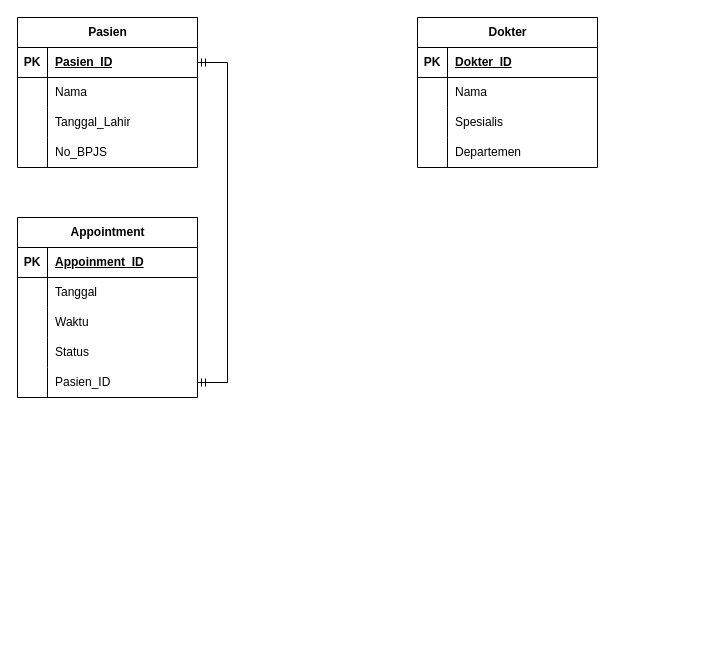
Before: RumahSakit.drawio in Mangata-Alpha/datasets, a draw.io diagram. Source tidied: cells renumbered, new cells numbered last; positions are measured from the earlier drawing's top-left corner, leaving out a move shared by most shapes. Both pictures are drawn from the tidied source at 100%, with x=0, y=0 at pixel (17, 17).
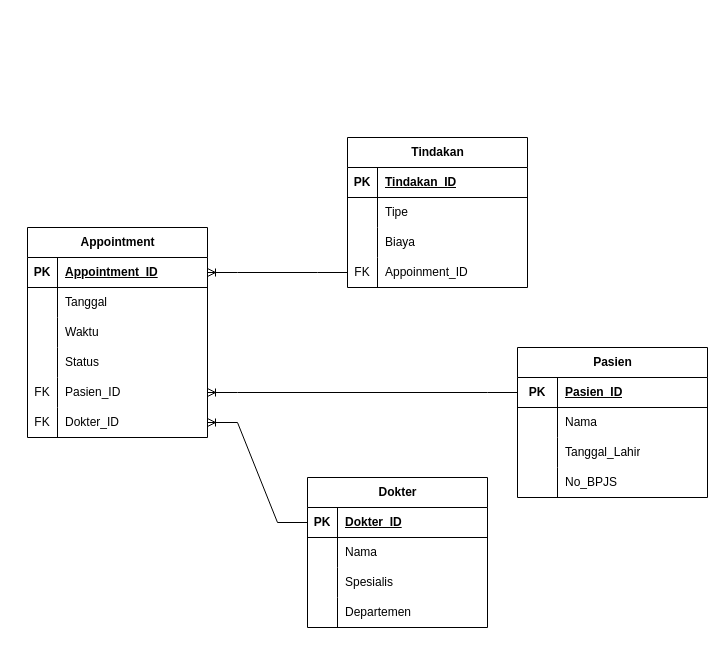
The same page after the edit.

Unchanged cells that the change refers to:
```xml
<mxCell id="16" style="shape=tableRow;horizontal=0;startSize=0;swimlaneHead=0;swimlaneBody=0;fillColor=none;points=[[0,0.5],[1,0.5]];portConstraint=eastwest;top=0;left=0;right=0;bottom=1;" parent="15" vertex="1">
  <mxGeometry y="30" width="180" height="30" as="geometry" />
</mxCell>
<mxCell id="29" style="shape=tableRow;horizontal=0;startSize=0;swimlaneHead=0;swimlaneBody=0;fillColor=none;points=[[0,0.5],[1,0.5]];portConstraint=eastwest;top=0;left=0;right=0;bottom=1;" parent="28" vertex="1">
  <mxGeometry y="30" width="180" height="30" as="geometry" />
</mxCell>
<mxCell id="41" style="shape=tableRow;horizontal=0;startSize=0;swimlaneHead=0;swimlaneBody=0;fillColor=none;points=[[0,0.5],[1,0.5]];portConstraint=eastwest;top=0;left=0;right=0;bottom=0;" parent="28" vertex="1">
  <mxGeometry y="150" width="180" height="30" as="geometry" />
</mxCell>
```

Diff of the diagram source:
```diff
@@
     <mxCell id="2" value="Pasien" style="shape=table;startSize=30;childLayout=tableLayout;rowLines=0;fontStyle=1;align=center;html=1;" parent="1" vertex="1">
-      <mxGeometry width="180" height="150" as="geometry" />
+      <mxGeometry x="500" y="330" width="190" height="150" as="geometry" />
     </mxCell>
     <mxCell id="3" style="shape=tableRow;horizontal=0;startSize=0;swimlaneHead=0;swimlaneBody=0;fillColor=none;points=[[0,0.5],[1,0.5]];portConstraint=eastwest;top=0;left=0;right=0;bottom=1;" parent="2" vertex="1">
-      <mxGeometry y="30" width="180" height="30" as="geometry" />
+      <mxGeometry y="30" width="190" height="30" as="geometry" />
     </mxCell>
     <mxCell id="4" value="PK" style="shape=partialRectangle;fillColor=none;top=0;left=0;bottom=0;right=0;fontStyle=1;overflow=hidden;whiteSpace=wrap;html=1;" parent="3" vertex="1">
-      <mxGeometry width="30" height="30" as="geometry" />
+      <mxGeometry width="40" height="30" as="geometry" />
     </mxCell>
     <mxCell id="5" value="Pasien_ID" style="shape=partialRectangle;fillColor=none;top=0;left=0;bottom=0;right=0;align=left;spacingLeft=6;fontStyle=5;overflow=hidden;whiteSpace=wrap;html=1;" parent="3" vertex="1">
-      <mxGeometry x="30" width="150" height="30" as="geometry" />
+      <mxGeometry x="40" width="150" height="30" as="geometry" />
     </mxCell>
     <mxCell id="6" style="shape=tableRow;horizontal=0;startSize=0;swimlaneHead=0;swimlaneBody=0;fillColor=none;top=0;left=0;right=0;bottom=0;" parent="2" vertex="1">
-      <mxGeometry y="60" width="180" height="30" as="geometry" />
+      <mxGeometry y="60" width="190" height="30" as="geometry" />
     </mxCell>
     <mxCell id="7" style="shape=partialRectangle;fillColor=none;top=0;left=0;bottom=0;right=0;overflow=hidden;whiteSpace=wrap;html=1;" parent="6" vertex="1">
-      <mxGeometry width="30" height="30" as="geometry" />
+      <mxGeometry width="40" height="30" as="geometry" />
     </mxCell>
     <mxCell id="8" value="Nama" style="shape=partialRectangle;fillColor=none;top=0;left=0;bottom=0;right=0;align=left;spacingLeft=6;overflow=hidden;whiteSpace=wrap;html=1;" parent="6" vertex="1">
-      <mxGeometry x="30" width="150" height="30" as="geometry" />
+      <mxGeometry x="40" width="150" height="30" as="geometry" />
     </mxCell>
     <mxCell id="9" style="shape=tableRow;horizontal=0;startSize=0;swimlaneHead=0;swimlaneBody=0;fillColor=none;top=0;left=0;right=0;bottom=0;" parent="2" vertex="1">
-      <mxGeometry y="90" width="180" height="30" as="geometry" />
+      <mxGeometry y="90" width="190" height="30" as="geometry" />
     </mxCell>
     <mxCell id="10" style="shape=partialRectangle;fillColor=none;top=0;left=0;bottom=0;right=0;overflow=hidden;whiteSpace=wrap;html=1;" parent="9" vertex="1">
-      <mxGeometry width="30" height="30" as="geometry" />
+      <mxGeometry width="40" height="30" as="geometry" />
     </mxCell>
     <mxCell id="11" value="Tanggal_Lahir" style="shape=partialRectangle;fillColor=none;top=0;left=0;bottom=0;right=0;align=left;spacingLeft=6;overflow=hidden;whiteSpace=wrap;html=1;" parent="9" vertex="1">
-      <mxGeometry x="30" width="150" height="30" as="geometry" />
+      <mxGeometry x="40" width="150" height="30" as="geometry" />
     </mxCell>
     <mxCell id="12" style="shape=tableRow;horizontal=0;startSize=0;swimlaneHead=0;swimlaneBody=0;fillColor=none;top=0;left=0;right=0;bottom=0;" parent="2" vertex="1">
-      <mxGeometry y="120" width="180" height="30" as="geometry" />
+      <mxGeometry y="120" width="190" height="30" as="geometry" />
     </mxCell>
     <mxCell id="13" style="shape=partialRectangle;fillColor=none;top=0;left=0;bottom=0;right=0;overflow=hidden;whiteSpace=wrap;html=1;" parent="12" vertex="1">
-      <mxGeometry width="30" height="30" as="geometry" />
+      <mxGeometry width="40" height="30" as="geometry" />
     </mxCell>
     <mxCell id="14" value="No_BPJS" style="shape=partialRectangle;fillColor=none;top=0;left=0;bottom=0;right=0;align=left;spacingLeft=6;overflow=hidden;whiteSpace=wrap;html=1;" parent="12" vertex="1">
-      <mxGeometry x="30" width="150" height="30" as="geometry" />
+      <mxGeometry x="40" width="150" height="30" as="geometry" />
     </mxCell>
     <mxCell id="15" value="Dokter" style="shape=table;startSize=30;childLayout=tableLayout;rowLines=0;fontStyle=1;align=center;html=1;" parent="1" vertex="1">
-      <mxGeometry x="400" width="180" height="150" as="geometry" />
+      <mxGeometry x="290" y="460" width="180" height="150" as="geometry" />
     </mxCell>
@@
     <mxCell id="28" value="Appointment" style="shape=table;startSize=30;childLayout=tableLayout;rowLines=0;fontStyle=1;align=center;html=1;" parent="1" vertex="1">
-      <mxGeometry y="200" width="180" height="180" as="geometry" />
+      <mxGeometry x="10" y="210" width="180" height="210" as="geometry" />
     </mxCell>
@@
-    <mxCell id="31" value="Appoinment_ID" style="shape=partialRectangle;fillColor=none;top=0;left=0;bottom=0;right=0;align=left;spacingLeft=6;fontStyle=5;overflow=hidden;whiteSpace=wrap;html=1;" parent="29" vertex="1">
+    <mxCell id="31" value="Appointment_ID" style="shape=partialRectangle;fillColor=none;top=0;left=0;bottom=0;right=0;align=left;spacingLeft=6;fontStyle=5;overflow=hidden;whiteSpace=wrap;html=1;" parent="29" vertex="1">
       <mxGeometry x="30" width="150" height="30" as="geometry" />
     </mxCell>
@@
-    <mxCell id="42" style="shape=partialRectangle;fillColor=none;top=0;left=0;bottom=0;right=0;overflow=hidden;whiteSpace=wrap;html=1;" parent="41" vertex="1">
+    <mxCell id="42" value="FK" style="shape=partialRectangle;fillColor=none;top=0;left=0;bottom=0;right=0;overflow=hidden;whiteSpace=wrap;html=1;" parent="41" vertex="1">
       <mxGeometry width="30" height="30" as="geometry" />
     </mxCell>
@@
-    <mxCell id="44" style="edgeStyle=entityRelationEdgeStyle;fontSize=12;html=1;endArrow=ERmandOne;startArrow=ERmandOne;rounded=0;exitX=1;exitY=0.5;exitDx=0;exitDy=0;entryX=1;entryY=0.5;entryDx=0;entryDy=0;" parent="1" edge="1" source="41" target="3">
-      <mxGeometry relative="1" as="geometry" />
-    </mxCell>
+    <mxCell id="45" style="shape=tableRow;horizontal=0;startSize=0;swimlaneHead=0;swimlaneBody=0;fillColor=none;points=[[0,0.5],[1,0.5]];portConstraint=eastwest;top=0;left=0;right=0;bottom=0;" parent="28" vertex="1">
+      <mxGeometry y="180" width="180" height="30" as="geometry" />
+    </mxCell>
+    <mxCell id="46" value="FK" style="shape=partialRectangle;fillColor=none;top=0;left=0;bottom=0;right=0;overflow=hidden;whiteSpace=wrap;html=1;" parent="45" vertex="1">
+      <mxGeometry width="30" height="30" as="geometry" />
+    </mxCell>
+    <mxCell id="47" value="Dokter_ID" style="shape=partialRectangle;fillColor=none;top=0;left=0;bottom=0;right=0;align=left;spacingLeft=6;overflow=hidden;whiteSpace=wrap;html=1;" parent="45" vertex="1">
+      <mxGeometry x="30" width="150" height="30" as="geometry" />
+    </mxCell>
+    <mxCell id="48" value="Tindakan" style="shape=table;startSize=30;childLayout=tableLayout;rowLines=0;fontStyle=1;align=center;html=1;" parent="1" vertex="1">
+      <mxGeometry x="330" y="120" width="180" height="150" as="geometry" />
+    </mxCell>
+    <mxCell id="49" style="shape=tableRow;horizontal=0;startSize=0;swimlaneHead=0;swimlaneBody=0;fillColor=none;top=0;left=0;right=0;bottom=1;" parent="48" vertex="1">
+      <mxGeometry y="30" width="180" height="30" as="geometry" />
+    </mxCell>
+    <mxCell id="50" value="PK" style="shape=partialRectangle;fillColor=none;top=0;left=0;bottom=0;right=0;fontStyle=1;overflow=hidden;whiteSpace=wrap;html=1;" parent="49" vertex="1">
+      <mxGeometry width="30" height="30" as="geometry" />
+    </mxCell>
+    <mxCell id="51" value="Tindakan_ID" style="shape=partialRectangle;fillColor=none;top=0;left=0;bottom=0;right=0;align=left;spacingLeft=6;fontStyle=5;overflow=hidden;whiteSpace=wrap;html=1;" parent="49" vertex="1">
+      <mxGeometry x="30" width="150" height="30" as="geometry" />
+    </mxCell>
+    <mxCell id="52" style="shape=tableRow;horizontal=0;startSize=0;swimlaneHead=0;swimlaneBody=0;fillColor=none;top=0;left=0;right=0;bottom=0;" parent="48" vertex="1">
+      <mxGeometry y="60" width="180" height="30" as="geometry" />
+    </mxCell>
+    <mxCell id="53" style="shape=partialRectangle;fillColor=none;top=0;left=0;bottom=0;right=0;overflow=hidden;whiteSpace=wrap;html=1;" parent="52" vertex="1">
+      <mxGeometry width="30" height="30" as="geometry" />
+    </mxCell>
+    <mxCell id="54" value="Tipe" style="shape=partialRectangle;fillColor=none;top=0;left=0;bottom=0;right=0;align=left;spacingLeft=6;overflow=hidden;whiteSpace=wrap;html=1;" parent="52" vertex="1">
+      <mxGeometry x="30" width="150" height="30" as="geometry" />
+    </mxCell>
+    <mxCell id="55" style="shape=tableRow;horizontal=0;startSize=0;swimlaneHead=0;swimlaneBody=0;fillColor=none;top=0;left=0;right=0;bottom=0;" parent="48" vertex="1">
+      <mxGeometry y="90" width="180" height="30" as="geometry" />
+    </mxCell>
+    <mxCell id="56" style="shape=partialRectangle;fillColor=none;top=0;left=0;bottom=0;right=0;overflow=hidden;whiteSpace=wrap;html=1;" parent="55" vertex="1">
+      <mxGeometry width="30" height="30" as="geometry" />
+    </mxCell>
+    <mxCell id="57" value="Biaya" style="shape=partialRectangle;fillColor=none;top=0;left=0;bottom=0;right=0;align=left;spacingLeft=6;overflow=hidden;whiteSpace=wrap;html=1;" parent="55" vertex="1">
+      <mxGeometry x="30" width="150" height="30" as="geometry" />
+    </mxCell>
+    <mxCell id="58" style="shape=tableRow;horizontal=0;startSize=0;swimlaneHead=0;swimlaneBody=0;fillColor=none;points=[[0,0.5],[1,0.5]];portConstraint=eastwest;top=0;left=0;right=0;bottom=0;" parent="48" vertex="1">
+      <mxGeometry y="120" width="180" height="30" as="geometry" />
+    </mxCell>
+    <mxCell id="59" value="FK" style="shape=partialRectangle;fillColor=none;top=0;left=0;bottom=0;right=0;overflow=hidden;whiteSpace=wrap;html=1;" parent="58" vertex="1">
+      <mxGeometry width="30" height="30" as="geometry" />
+    </mxCell>
+    <mxCell id="60" value="Appoinment_ID" style="shape=partialRectangle;fillColor=none;top=0;left=0;bottom=0;right=0;align=left;spacingLeft=6;overflow=hidden;whiteSpace=wrap;html=1;" parent="58" vertex="1">
+      <mxGeometry x="30" width="150" height="30" as="geometry" />
+    </mxCell>
+    <mxCell id="61" style="edgeStyle=entityRelationEdgeStyle;fontSize=12;html=1;endArrow=ERoneToMany;rounded=0;exitX=0;exitY=0.5;exitDx=0;exitDy=0;entryX=1;entryY=0.5;entryDx=0;entryDy=0;" parent="1" edge="1" source="3" target="41">
+      <mxGeometry relative="1" as="geometry" />
+    </mxCell>
+    <mxCell id="62" style="edgeStyle=entityRelationEdgeStyle;fontSize=12;html=1;endArrow=ERoneToMany;rounded=0;exitX=0;exitY=0.5;exitDx=0;exitDy=0;entryX=1;entryY=0.5;entryDx=0;entryDy=0;" parent="1" edge="1" source="58" target="29">
+      <mxGeometry relative="1" as="geometry" />
+    </mxCell>
+    <mxCell id="63" style="edgeStyle=entityRelationEdgeStyle;fontSize=12;html=1;endArrow=ERoneToMany;rounded=0;entryX=1;entryY=0.5;entryDx=0;entryDy=0;" parent="1" edge="1" source="16" target="45">
+      <mxGeometry relative="1" as="geometry" />
+    </mxCell>
```
